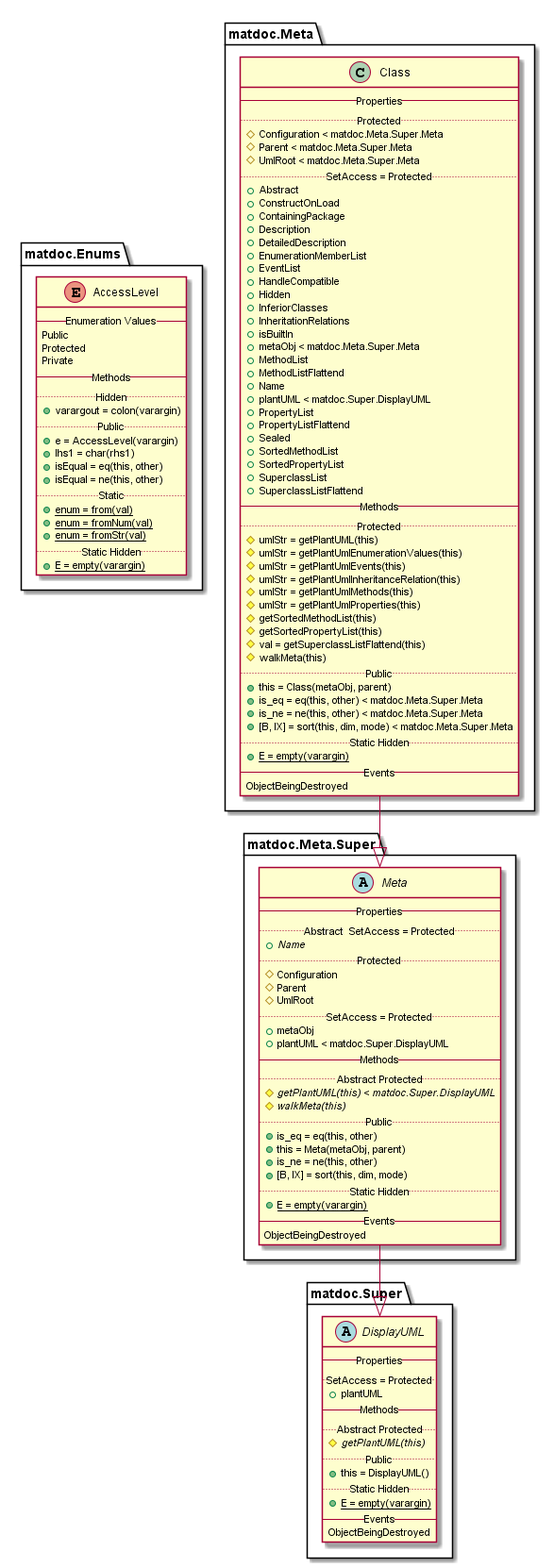
Earlier version of the PlantUML export doc/uml-examples/export-class-IgnoreBuiltInClass-true.png (flxdot/matdoc).
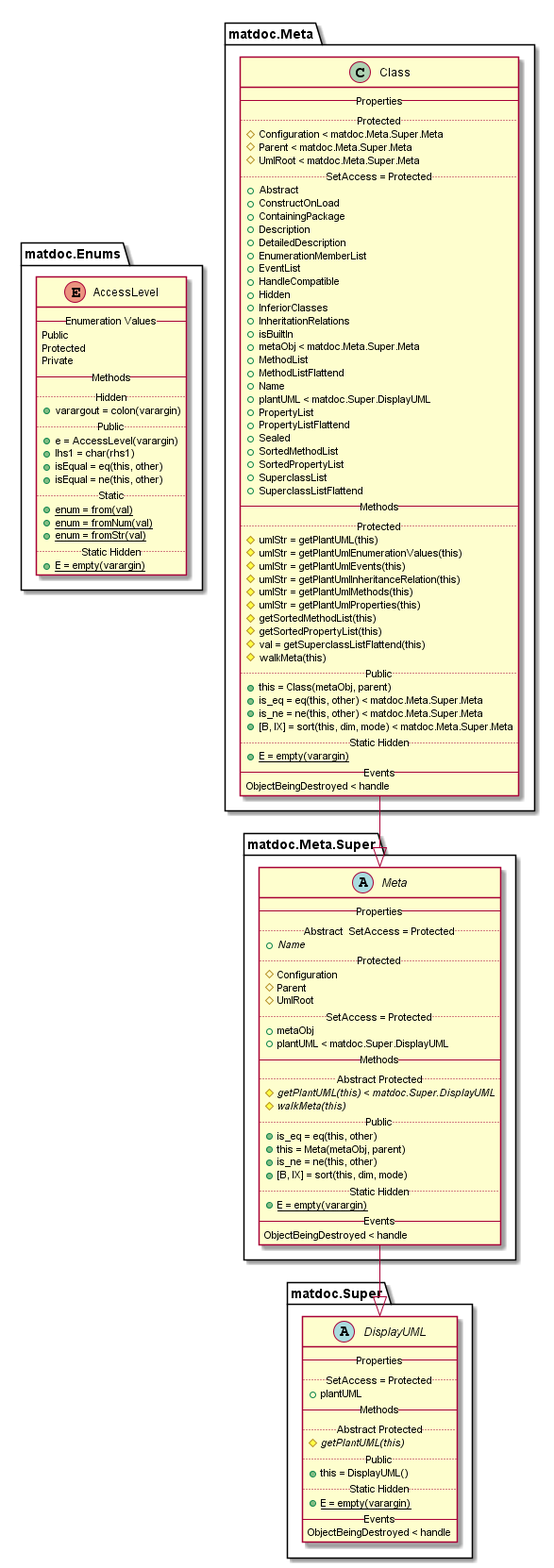
The same file after the commit.

Change to the diagram source:
```diff
@@ -73,7 +73,7 @@
    .. Static Hidden ..
    {method}{static} + E = empty(varargin)
    -- Events --
-   ObjectBeingDestroyed
+   ObjectBeingDestroyed < handle
 }
 
 matdoc.Meta.Class --|> matdoc.Meta.Super.Meta
@@ -101,7 +101,7 @@
    .. Static Hidden ..
    {method}{static} + E = empty(varargin)
    -- Events --
-   ObjectBeingDestroyed
+   ObjectBeingDestroyed < handle
 }
 
 matdoc.Meta.Super.Meta --|> matdoc.Super.DisplayUML
@@ -118,7 +118,7 @@
    .. Static Hidden ..
    {method}{static} + E = empty(varargin)
    -- Events --
-   ObjectBeingDestroyed
+   ObjectBeingDestroyed < handle
 }
 
 
```
